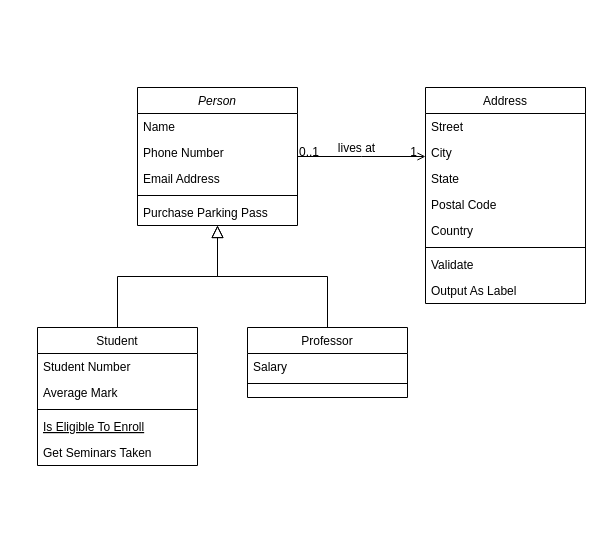
Earlier version of the draw.io diagram Untitled Diagram.drawio (rangainlive/bike-service). Source tidied: cells renumbered, new cells numbered last; positions are measured from the earlier drawing's top-left corner, leaving out a move shared by most shapes. Both pictures are drawn from the tidied source at 100%, with x=0, y=0 at pixel (37, 87).
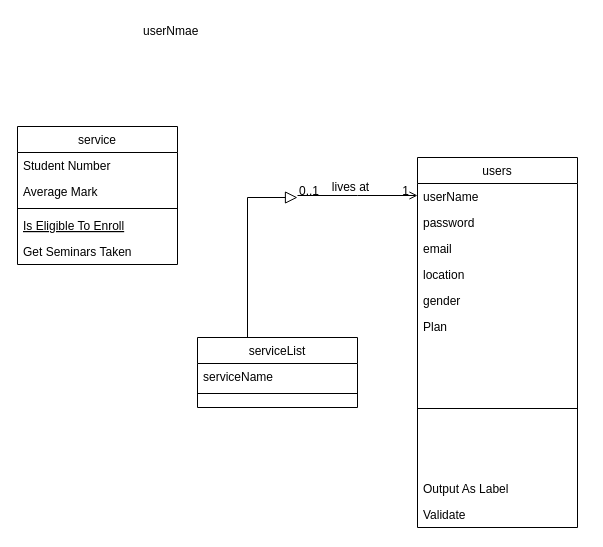
The same diagram, later.

Diff of the diagram source:
```diff
@@
-    <mxCell id="2" value="Person" style="swimlane;fontStyle=2;align=center;verticalAlign=top;horizontal=1;startSize=26;rounded=0;shadow=0;strokeWidth=1;" parent="1" vertex="1">
-      <mxGeometry x="100" width="160" height="138" as="geometry" />
-    </mxCell>
-    <mxCell id="3" value="Name" style="text;align=left;verticalAlign=top;spacingLeft=4;spacingRight=4;overflow=hidden;" parent="2" vertex="1">
-      <mxGeometry y="26" width="160" height="26" as="geometry" />
-    </mxCell>
-    <mxCell id="4" value="Phone Number" style="text;align=left;verticalAlign=top;spacingLeft=4;spacingRight=4;overflow=hidden;rounded=0;shadow=0;html=0;" parent="2" vertex="1">
-      <mxGeometry y="52" width="160" height="26" as="geometry" />
-    </mxCell>
-    <mxCell id="5" value="Email Address" style="text;align=left;verticalAlign=top;spacingLeft=4;spacingRight=4;overflow=hidden;rounded=0;shadow=0;html=0;" parent="2" vertex="1">
-      <mxGeometry y="78" width="160" height="26" as="geometry" />
-    </mxCell>
-    <mxCell id="6" style="line;html=1;strokeWidth=1;align=left;verticalAlign=middle;spacingTop=-1;spacingLeft=3;spacingRight=3;labelPosition=right;" parent="2" vertex="1">
-      <mxGeometry y="104" width="160" height="8" as="geometry" />
-    </mxCell>
-    <mxCell id="7" value="Purchase Parking Pass" style="text;align=left;verticalAlign=top;spacingLeft=4;spacingRight=4;overflow=hidden;" parent="2" vertex="1">
-      <mxGeometry y="112" width="160" height="26" as="geometry" />
-    </mxCell>
-    <mxCell id="8" value="Student" style="swimlane;fontStyle=0;align=center;verticalAlign=top;horizontal=1;startSize=26;rounded=0;shadow=0;strokeWidth=1;" parent="1" vertex="1">
-      <mxGeometry y="240" width="160" height="138" as="geometry" />
+    <mxCell id="8" value="service" style="swimlane;fontStyle=0;align=center;verticalAlign=top;horizontal=1;startSize=26;rounded=0;shadow=0;strokeWidth=1;" parent="1" vertex="1">
+      <mxGeometry x="-20" y="39" width="160" height="138" as="geometry" />
     </mxCell>
@@
-    <mxCell id="14" style="endArrow=block;endSize=10;endFill=0;shadow=0;strokeWidth=1;rounded=0;edgeStyle=elbowEdgeStyle;elbow=vertical;" parent="1" edge="1" source="8" target="2">
-      <mxGeometry relative="1" as="geometry" />
-    </mxCell>
-    <mxCell id="15" value="Professor" style="swimlane;fontStyle=0;align=center;verticalAlign=top;horizontal=1;startSize=26;rounded=0;shadow=0;strokeWidth=1;" parent="1" vertex="1">
-      <mxGeometry x="210" y="240" width="160" height="70" as="geometry" />
+    <mxCell id="15" value="serviceList" style="swimlane;fontStyle=0;align=center;verticalAlign=top;horizontal=1;startSize=26;rounded=0;shadow=0;strokeWidth=1;" parent="1" vertex="1">
+      <mxGeometry x="160" y="250" width="160" height="70" as="geometry" />
     </mxCell>
-    <mxCell id="16" value="Salary" style="text;align=left;verticalAlign=top;spacingLeft=4;spacingRight=4;overflow=hidden;" parent="15" vertex="1">
+    <mxCell id="16" value="serviceName" style="text;align=left;verticalAlign=top;spacingLeft=4;spacingRight=4;overflow=hidden;" parent="15" vertex="1">
       <mxGeometry y="26" width="160" height="26" as="geometry" />
     </mxCell>
@@
-    <mxCell id="18" style="endArrow=block;endSize=10;endFill=0;shadow=0;strokeWidth=1;rounded=0;edgeStyle=elbowEdgeStyle;elbow=vertical;" parent="1" edge="1" source="15" target="2">
-      <mxGeometry relative="1" as="geometry" />
+    <mxCell id="18" style="endArrow=block;endSize=10;endFill=0;shadow=0;strokeWidth=1;rounded=0;edgeStyle=elbowEdgeStyle;elbow=vertical;" parent="1" edge="1" source="15">
+      <mxGeometry relative="1" as="geometry">
+        <mxPoint x="260" y="110" as="targetPoint" />
+        <Array as="points">
+          <mxPoint x="210" y="110" />
+          <mxPoint x="230" y="210" />
+          <mxPoint x="210" y="110" />
+          <mxPoint x="170" y="110" />
+        </Array>
+      </mxGeometry>
     </mxCell>
-    <mxCell id="19" value="Address" style="swimlane;fontStyle=0;align=center;verticalAlign=top;horizontal=1;startSize=26;rounded=0;shadow=0;strokeWidth=1;" parent="1" vertex="1">
-      <mxGeometry x="388" width="160" height="216" as="geometry" />
+    <mxCell id="19" value="users" style="swimlane;fontStyle=0;align=center;verticalAlign=top;horizontal=1;startSize=26;rounded=0;shadow=0;strokeWidth=1;" parent="1" vertex="1">
+      <mxGeometry x="380" y="70" width="160" height="370" as="geometry" />
     </mxCell>
-    <mxCell id="20" value="Street" style="text;align=left;verticalAlign=top;spacingLeft=4;spacingRight=4;overflow=hidden;" parent="19" vertex="1">
+    <mxCell id="20" value="userName" style="text;align=left;verticalAlign=top;spacingLeft=4;spacingRight=4;overflow=hidden;" parent="19" vertex="1">
       <mxGeometry y="26" width="160" height="26" as="geometry" />
     </mxCell>
-    <mxCell id="21" value="City" style="text;align=left;verticalAlign=top;spacingLeft=4;spacingRight=4;overflow=hidden;rounded=0;shadow=0;html=0;" parent="19" vertex="1">
+    <mxCell id="21" value="password" style="text;align=left;verticalAlign=top;spacingLeft=4;spacingRight=4;overflow=hidden;rounded=0;shadow=0;html=0;" parent="19" vertex="1">
       <mxGeometry y="52" width="160" height="26" as="geometry" />
     </mxCell>
-    <mxCell id="22" value="State" style="text;align=left;verticalAlign=top;spacingLeft=4;spacingRight=4;overflow=hidden;rounded=0;shadow=0;html=0;" parent="19" vertex="1">
+    <mxCell id="22" value="email" style="text;align=left;verticalAlign=top;spacingLeft=4;spacingRight=4;overflow=hidden;rounded=0;shadow=0;html=0;" parent="19" vertex="1">
       <mxGeometry y="78" width="160" height="26" as="geometry" />
     </mxCell>
-    <mxCell id="23" value="Postal Code" style="text;align=left;verticalAlign=top;spacingLeft=4;spacingRight=4;overflow=hidden;rounded=0;shadow=0;html=0;" parent="19" vertex="1">
+    <mxCell id="23" value="location" style="text;align=left;verticalAlign=top;spacingLeft=4;spacingRight=4;overflow=hidden;rounded=0;shadow=0;html=0;" parent="19" vertex="1">
       <mxGeometry y="104" width="160" height="26" as="geometry" />
     </mxCell>
-    <mxCell id="24" value="Country" style="text;align=left;verticalAlign=top;spacingLeft=4;spacingRight=4;overflow=hidden;rounded=0;shadow=0;html=0;" parent="19" vertex="1">
+    <mxCell id="24" value="gender" style="text;align=left;verticalAlign=top;spacingLeft=4;spacingRight=4;overflow=hidden;rounded=0;shadow=0;html=0;" parent="19" vertex="1">
       <mxGeometry y="130" width="160" height="26" as="geometry" />
     </mxCell>
+    <mxCell id="32" value="Plan" style="text;align=left;verticalAlign=top;spacingLeft=4;spacingRight=4;overflow=hidden;" parent="19" vertex="1">
+      <mxGeometry y="156" width="160" height="28" as="geometry" />
+    </mxCell>
     <mxCell id="25" style="line;html=1;strokeWidth=1;align=left;verticalAlign=middle;spacingTop=-1;spacingLeft=3;spacingRight=3;labelPosition=right;" parent="19" vertex="1">
-      <mxGeometry y="156" width="160" height="8" as="geometry" />
+      <mxGeometry y="184" width="160" height="134" as="geometry" />
     </mxCell>
+    <mxCell id="27" value="Output As Label" style="text;align=left;verticalAlign=top;spacingLeft=4;spacingRight=4;overflow=hidden;" parent="19" vertex="1">
+      <mxGeometry y="318" width="160" height="26" as="geometry" />
+    </mxCell>
     <mxCell id="26" value="Validate" style="text;align=left;verticalAlign=top;spacingLeft=4;spacingRight=4;overflow=hidden;" parent="19" vertex="1">
-      <mxGeometry y="164" width="160" height="26" as="geometry" />
+      <mxGeometry y="344" width="160" height="26" as="geometry" />
     </mxCell>
-    <mxCell id="27" value="Output As Label" style="text;align=left;verticalAlign=top;spacingLeft=4;spacingRight=4;overflow=hidden;" parent="19" vertex="1">
-      <mxGeometry y="190" width="160" height="26" as="geometry" />
-    </mxCell>
-    <mxCell id="28" style="endArrow=open;shadow=0;strokeWidth=1;rounded=0;endFill=1;edgeStyle=elbowEdgeStyle;elbow=vertical;" parent="1" edge="1" source="2" target="19">
+    <mxCell id="28" style="endArrow=open;shadow=0;strokeWidth=1;rounded=0;endFill=1;edgeStyle=elbowEdgeStyle;elbow=vertical;" parent="1" edge="1" target="19">
       <mxGeometry x="0.5" y="41" relative="1" as="geometry">
+        <mxPoint x="260" y="108" as="sourcePoint" />
         <mxPoint x="-40" y="32" as="offset" />
       </mxGeometry>
     </mxCell>
@@
+    <mxCell id="3" value="userNmae" style="text;align=left;verticalAlign=top;spacingLeft=4;spacingRight=4;overflow=hidden;" parent="1" vertex="1">
+      <mxGeometry x="100" y="-70" width="160" height="40" as="geometry" />
+    </mxCell>
```
